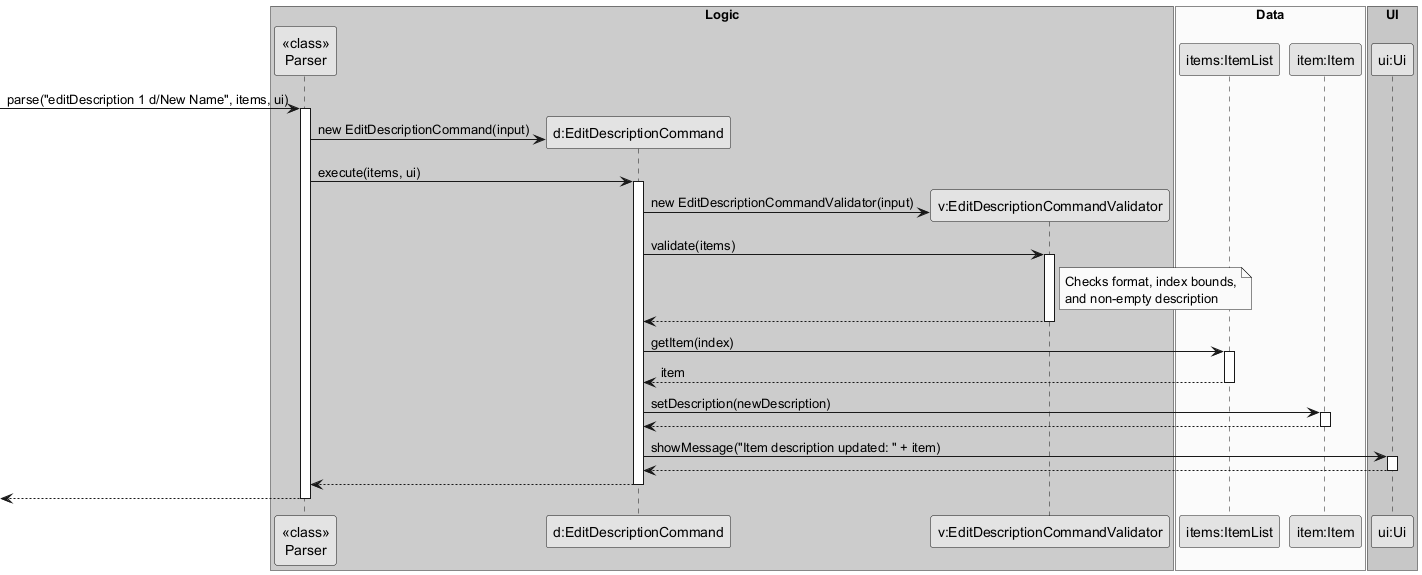
The PlantUML diagram docs/diagrams/EditDescriptionCommandSequenceDiagram.png in fmohamedfaras/tp, before a commit.
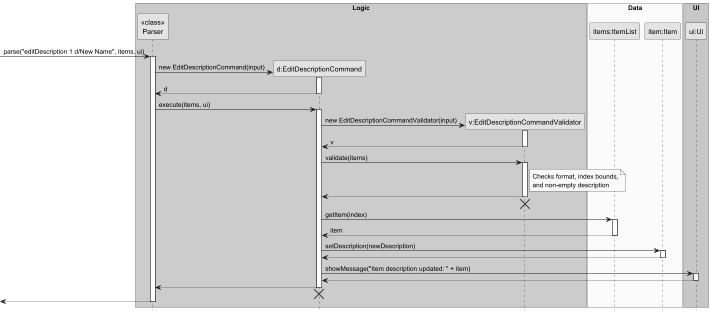
After the change.

Diff of the diagram source:
```diff
@@ -1,6 +1,7 @@
 @startuml
 skinparam monochrome true
 skinparam shadowing false
+hide footbox
 
 box "Logic" #LightBlue
 participant "<<class>>\nParser" as Parser
@@ -22,12 +23,18 @@
 
 create EditDescriptionCommand
 Parser -> EditDescriptionCommand : new EditDescriptionCommand(input)
+activate EditDescriptionCommand
+EditDescriptionCommand --> Parser : d
+deactivate EditDescriptionCommand
 
 Parser -> EditDescriptionCommand : execute(items, ui)
 activate EditDescriptionCommand
 
 create EditDescriptionCommandValidator
 EditDescriptionCommand -> EditDescriptionCommandValidator : new EditDescriptionCommandValidator(input)
+activate EditDescriptionCommandValidator
+EditDescriptionCommandValidator --> EditDescriptionCommand : v
+deactivate EditDescriptionCommandValidator
 
 EditDescriptionCommand -> EditDescriptionCommandValidator : validate(items)
 activate EditDescriptionCommandValidator
@@ -37,6 +44,8 @@
 end note
 EditDescriptionCommandValidator --> EditDescriptionCommand
 deactivate EditDescriptionCommandValidator
+EditDescriptionCommandValidator -[hidden]-> EditDescriptionCommand
+destroy EditDescriptionCommandValidator
 
 EditDescriptionCommand -> ItemList : getItem(index)
 activate ItemList
@@ -55,6 +64,8 @@
 
 EditDescriptionCommand --> Parser
 deactivate EditDescriptionCommand
+EditDescriptionCommand -[hidden]-> Parser
+destroy EditDescriptionCommand
 
 <-- Parser
 deactivate Parser
```
